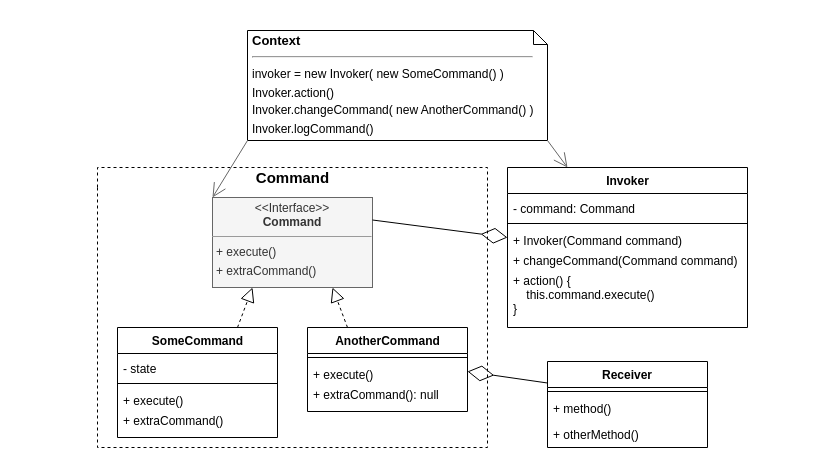
Above: docs/UML/Command.drawio in vhood/design-patterns (draw.io), before the change. Source tidied: cells renumbered, new cells numbered last; positions are measured from the earlier drawing's top-left corner, leaving out a move shared by most shapes. Both pictures are drawn from the tidied source at 100%, with x=0, y=0 at pixel (97, 30).
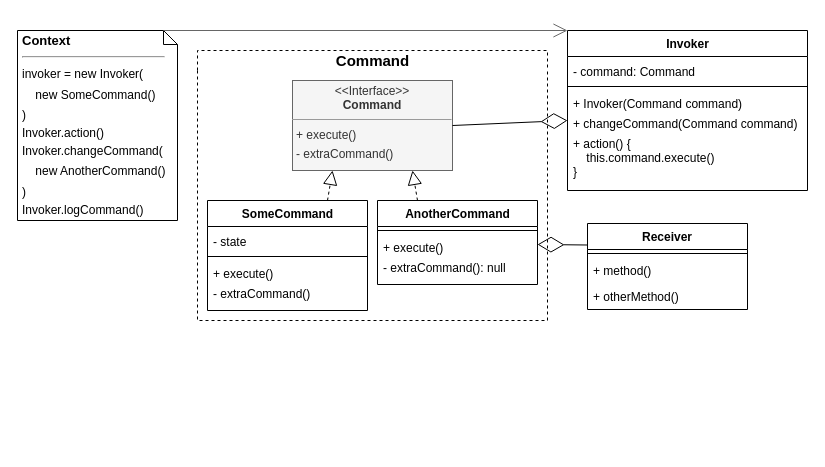
After the change.

Commit message (it also covers changes not shown here):
refactor: Command UML, docs: update Command image

The change refers to these unchanged cells:
```xml
<mxCell id="23" value="+ Invoker(Command command)" style="text;strokeColor=none;fillColor=none;align=left;verticalAlign=top;spacingLeft=4;spacingRight=4;overflow=hidden;points=[[0,0.5],[1,0.5]];portConstraint=eastwest;" parent="20" vertex="1">
  <mxGeometry y="60" width="240" height="20" as="geometry" />
</mxCell>
<mxCell id="24" value="+ changeCommand(Command command)" style="text;strokeColor=none;fillColor=none;align=left;verticalAlign=top;spacingLeft=4;spacingRight=4;overflow=hidden;points=[[0,0.5],[1,0.5]];portConstraint=eastwest;" parent="20" vertex="1">
  <mxGeometry y="80" width="240" height="20" as="geometry" />
</mxCell>
```

What changed in the source:
```diff
@@
     <mxCell id="2" value="Command" style="swimlane;html=1;horizontal=1;startSize=20;fillColor=none;strokeColor=#000000;rounded=0;comic=0;fontSize=15;dashed=1;swimlaneLine=0;shadow=0;glass=0;perimeterSpacing=0;labelBackgroundColor=none;" parent="1" vertex="1">
-      <mxGeometry y="137" width="390" height="280" as="geometry" />
+      <mxGeometry x="100" y="20" width="350" height="270" as="geometry" />
     </mxCell>
-    <mxCell id="3" value="&lt;p style=&quot;margin: 4px 0px 0px ; text-align: center ; line-height: 120%&quot;&gt;&lt;span&gt;&amp;lt;&amp;lt;Interface&amp;gt;&amp;gt;&lt;/span&gt;&lt;br&gt;&lt;b&gt;Command&lt;/b&gt;&lt;/p&gt;&lt;hr size=&quot;1&quot;&gt;&lt;p style=&quot;margin: 0px 0px 0px 4px ; line-height: 160%&quot;&gt;+ execute()&lt;br&gt;&lt;/p&gt;&lt;p style=&quot;margin: 0px 0px 0px 4px ; line-height: 160%&quot;&gt;+ extraCommand()&lt;/p&gt;" style="verticalAlign=top;align=left;overflow=fill;fontSize=12;fontFamily=Helvetica;html=1;rounded=0;shadow=0;glass=0;comic=0;labelBackgroundColor=none;labelBorderColor=none;imageAspect=1;noLabel=0;portConstraintRotation=0;snapToPoint=0;spacingLeft=0;spacingRight=0;fontStyle=0;fillColor=#f5f5f5;strokeColor=#666666;fontColor=#333333;" parent="2" vertex="1">
-      <mxGeometry x="115" y="30" width="160" height="90" as="geometry" />
-    </mxCell>
+    <mxCell id="9" value="AnotherCommand" style="swimlane;fontStyle=1;align=center;verticalAlign=top;horizontal=1;startSize=26;rounded=0;shadow=0;glass=0;comic=0;strokeWidth=1;fontSize=12;labelBackgroundColor=none;fillColor=#ffffff;html=1;" parent="2" vertex="1">
+      <mxGeometry x="180" y="150" width="160" height="84" as="geometry" />
+    </mxCell>
+    <mxCell id="10" style="line;strokeWidth=1;fillColor=none;align=left;verticalAlign=middle;spacingTop=-1;spacingLeft=3;spacingRight=3;labelPosition=right;" parent="9" vertex="1">
+      <mxGeometry y="26" width="160" height="8" as="geometry" />
+    </mxCell>
+    <mxCell id="11" value="+ execute()" style="text;strokeColor=none;fillColor=none;align=left;verticalAlign=top;spacingLeft=4;spacingRight=4;overflow=hidden;points=[[0,0.5],[1,0.5]];portConstraint=eastwest;" parent="9" vertex="1">
+      <mxGeometry y="34" width="160" height="20" as="geometry" />
+    </mxCell>
+    <mxCell id="12" value="- extraCommand(): null" style="text;strokeColor=none;fillColor=none;align=left;verticalAlign=top;spacingLeft=4;spacingRight=4;overflow=hidden;" parent="9" vertex="1">
+      <mxGeometry y="54" width="160" height="30" as="geometry" />
+    </mxCell>
     <mxCell id="4" value="SomeCommand" style="swimlane;fontStyle=1;align=center;verticalAlign=top;horizontal=1;startSize=26;rounded=0;shadow=0;glass=0;comic=0;strokeWidth=1;fontSize=12;labelBackgroundColor=none;fillColor=#ffffff;html=1;" parent="2" vertex="1">
-      <mxGeometry x="20" y="160" width="160" height="110" as="geometry" />
+      <mxGeometry x="10" y="150" width="160" height="110" as="geometry" />
     </mxCell>
@@
-    <mxCell id="8" value="+ extraCommand()" style="text;strokeColor=none;fillColor=none;align=left;verticalAlign=top;spacingLeft=4;spacingRight=4;overflow=hidden;" parent="4" vertex="1">
+    <mxCell id="8" value="- extraCommand()" style="text;strokeColor=none;fillColor=none;align=left;verticalAlign=top;spacingLeft=4;spacingRight=4;overflow=hidden;" parent="4" vertex="1">
       <mxGeometry y="80" width="160" height="30" as="geometry" />
     </mxCell>
-    <mxCell id="9" value="AnotherCommand" style="swimlane;fontStyle=1;align=center;verticalAlign=top;horizontal=1;startSize=26;rounded=0;shadow=0;glass=0;comic=0;strokeWidth=1;fontSize=12;labelBackgroundColor=none;fillColor=#ffffff;html=1;" parent="2" vertex="1">
-      <mxGeometry x="210" y="160" width="160" height="84" as="geometry" />
-    </mxCell>
-    <mxCell id="10" style="line;strokeWidth=1;fillColor=none;align=left;verticalAlign=middle;spacingTop=-1;spacingLeft=3;spacingRight=3;labelPosition=right;" parent="9" vertex="1">
-      <mxGeometry y="26" width="160" height="8" as="geometry" />
-    </mxCell>
-    <mxCell id="11" value="+ execute()" style="text;strokeColor=none;fillColor=none;align=left;verticalAlign=top;spacingLeft=4;spacingRight=4;overflow=hidden;points=[[0,0.5],[1,0.5]];portConstraint=eastwest;" parent="9" vertex="1">
-      <mxGeometry y="34" width="160" height="20" as="geometry" />
-    </mxCell>
-    <mxCell id="12" value="+ extraCommand(): null" style="text;strokeColor=none;fillColor=none;align=left;verticalAlign=top;spacingLeft=4;spacingRight=4;overflow=hidden;" parent="9" vertex="1">
-      <mxGeometry y="54" width="160" height="30" as="geometry" />
-    </mxCell>
+    <mxCell id="3" value="&lt;p style=&quot;margin: 4px 0px 0px ; text-align: center ; line-height: 120%&quot;&gt;&lt;span&gt;&amp;lt;&amp;lt;Interface&amp;gt;&amp;gt;&lt;/span&gt;&lt;br&gt;&lt;b&gt;Command&lt;/b&gt;&lt;/p&gt;&lt;hr size=&quot;1&quot;&gt;&lt;p style=&quot;margin: 0px 0px 0px 4px ; line-height: 160%&quot;&gt;+ execute()&lt;br&gt;&lt;/p&gt;&lt;p style=&quot;margin: 0px 0px 0px 4px ; line-height: 160%&quot;&gt;- extraCommand()&lt;/p&gt;" style="verticalAlign=top;align=left;overflow=fill;fontSize=12;fontFamily=Helvetica;html=1;rounded=0;shadow=0;glass=0;comic=0;labelBackgroundColor=none;labelBorderColor=none;imageAspect=1;noLabel=0;portConstraintRotation=0;snapToPoint=0;spacingLeft=0;spacingRight=0;fontStyle=0;fillColor=#f5f5f5;strokeColor=#666666;fontColor=#333333;" parent="2" vertex="1">
+      <mxGeometry x="95" y="30" width="160" height="90" as="geometry" />
+    </mxCell>
@@
-    <mxCell id="15" value="&lt;p style=&quot;line-height: 20%&quot;&gt;Context&lt;br&gt;&lt;/p&gt;&lt;hr&gt;&lt;span style=&quot;font-size: 12px ; font-weight: 400 ; line-height: 170%&quot;&gt;invoker = new Invoker( new SomeCommand() )&lt;br&gt;&lt;/span&gt;&lt;span style=&quot;font-size: 12px ; font-weight: 400&quot;&gt;Invoker.action()&lt;br&gt;&lt;/span&gt;&lt;span style=&quot;font-size: 12px ; font-weight: 400 ; line-height: 20.4px&quot;&gt;Invoker.changeCommand( new AnotherCommand() )&lt;br&gt;&lt;/span&gt;&lt;span style=&quot;font-size: 12px ; font-weight: 400&quot;&gt;Invoker.logCommand()&lt;/span&gt;&lt;br&gt;&lt;p&gt;&lt;/p&gt;" style="shape=note;size=14;verticalAlign=top;align=left;spacingTop=-13;rounded=0;shadow=0;glass=0;comic=0;strokeColor=#000000;fillColor=none;fontSize=13;fontStyle=1;labelBorderColor=none;whiteSpace=wrap;html=1;spacingLeft=0;spacingBottom=0;spacingRight=0;spacing=5;labelBackgroundColor=none;" parent="1" vertex="1">
-      <mxGeometry x="150" width="300" height="110" as="geometry" />
+    <mxCell id="15" value="&lt;p style=&quot;line-height: 20%&quot;&gt;Context&lt;br&gt;&lt;/p&gt;&lt;hr&gt;&lt;span style=&quot;font-size: 12px ; font-weight: 400 ; line-height: 170%&quot;&gt;invoker = new Invoker(&lt;br&gt;&amp;nbsp; &amp;nbsp; new SomeCommand()&lt;br&gt;)&lt;br&gt;&lt;/span&gt;&lt;span style=&quot;font-size: 12px ; font-weight: 400&quot;&gt;Invoker.action()&lt;br&gt;&lt;/span&gt;&lt;span style=&quot;font-size: 12px ; font-weight: 400 ; line-height: 20.4px&quot;&gt;Invoker.changeCommand(&lt;br&gt;&amp;nbsp; &amp;nbsp; new AnotherCommand()&lt;br&gt;)&lt;br&gt;&lt;/span&gt;&lt;span style=&quot;font-size: 12px ; font-weight: 400&quot;&gt;Invoker.logCommand()&lt;/span&gt;&lt;br&gt;&lt;p&gt;&lt;/p&gt;" style="shape=note;size=14;verticalAlign=top;align=left;spacingTop=-13;rounded=0;shadow=0;glass=0;comic=0;strokeColor=#000000;fillColor=none;fontSize=13;fontStyle=1;labelBorderColor=none;whiteSpace=wrap;html=1;spacingLeft=0;spacingBottom=0;spacingRight=0;spacing=5;labelBackgroundColor=none;" parent="1" vertex="1">
+      <mxGeometry x="-80" width="160" height="190" as="geometry" />
     </mxCell>
@@
-    <mxCell id="17" style="endArrow=diamondThin;endFill=0;endSize=24;html=1;entryX=0;entryY=0.5;entryDx=0;entryDy=0;exitX=1;exitY=0.25;exitDx=0;exitDy=0;" parent="1" edge="1" source="3" target="23">
+    <mxCell id="17" style="endArrow=diamondThin;endFill=0;endSize=24;html=1;entryX=0;entryY=0.5;entryDx=0;entryDy=0;exitX=1;exitY=0.5;exitDx=0;exitDy=0;" parent="1" edge="1" source="3" target="24">
       <mxGeometry relative="1" as="geometry" />
     </mxCell>
-    <mxCell id="18" style="endArrow=open;endFill=1;endSize=12;html=1;exitX=1;exitY=1;exitDx=0;exitDy=0;exitPerimeter=0;entryX=0.25;entryY=0;entryDx=0;entryDy=0;strokeColor=#666666;" parent="1" edge="1" source="15" target="20">
+    <mxCell id="18" style="endArrow=open;endFill=1;endSize=12;html=1;exitX=0;exitY=0;exitDx=146;exitDy=0;exitPerimeter=0;entryX=0;entryY=0;entryDx=0;entryDy=0;strokeColor=#666666;" parent="1" edge="1" source="15" target="20">
       <mxGeometry relative="1" as="geometry" />
     </mxCell>
-    <mxCell id="19" style="endArrow=open;endFill=1;endSize=12;html=1;exitX=0;exitY=1;exitDx=0;exitDy=0;exitPerimeter=0;entryX=0;entryY=0;entryDx=0;entryDy=0;strokeColor=#666666;" parent="1" edge="1" source="15" target="3">
-      <mxGeometry relative="1" as="geometry" />
-    </mxCell>
     <mxCell id="20" value="Invoker" style="swimlane;fontStyle=1;align=center;verticalAlign=top;horizontal=1;startSize=26;rounded=0;shadow=0;glass=0;comic=0;strokeWidth=1;fontSize=12;labelBackgroundColor=none;fillColor=#ffffff;html=1;" parent="1" vertex="1">
-      <mxGeometry x="410" y="137" width="240" height="160" as="geometry" />
+      <mxGeometry x="470" width="240" height="160" as="geometry" />
     </mxCell>
@@
     <mxCell id="26" value="Receiver" style="swimlane;fontStyle=1;align=center;verticalAlign=top;horizontal=1;startSize=26;" parent="1" vertex="1">
-      <mxGeometry x="450" y="331" width="160" height="86" as="geometry" />
+      <mxGeometry x="490" y="193" width="160" height="86" as="geometry" />
     </mxCell>
```
